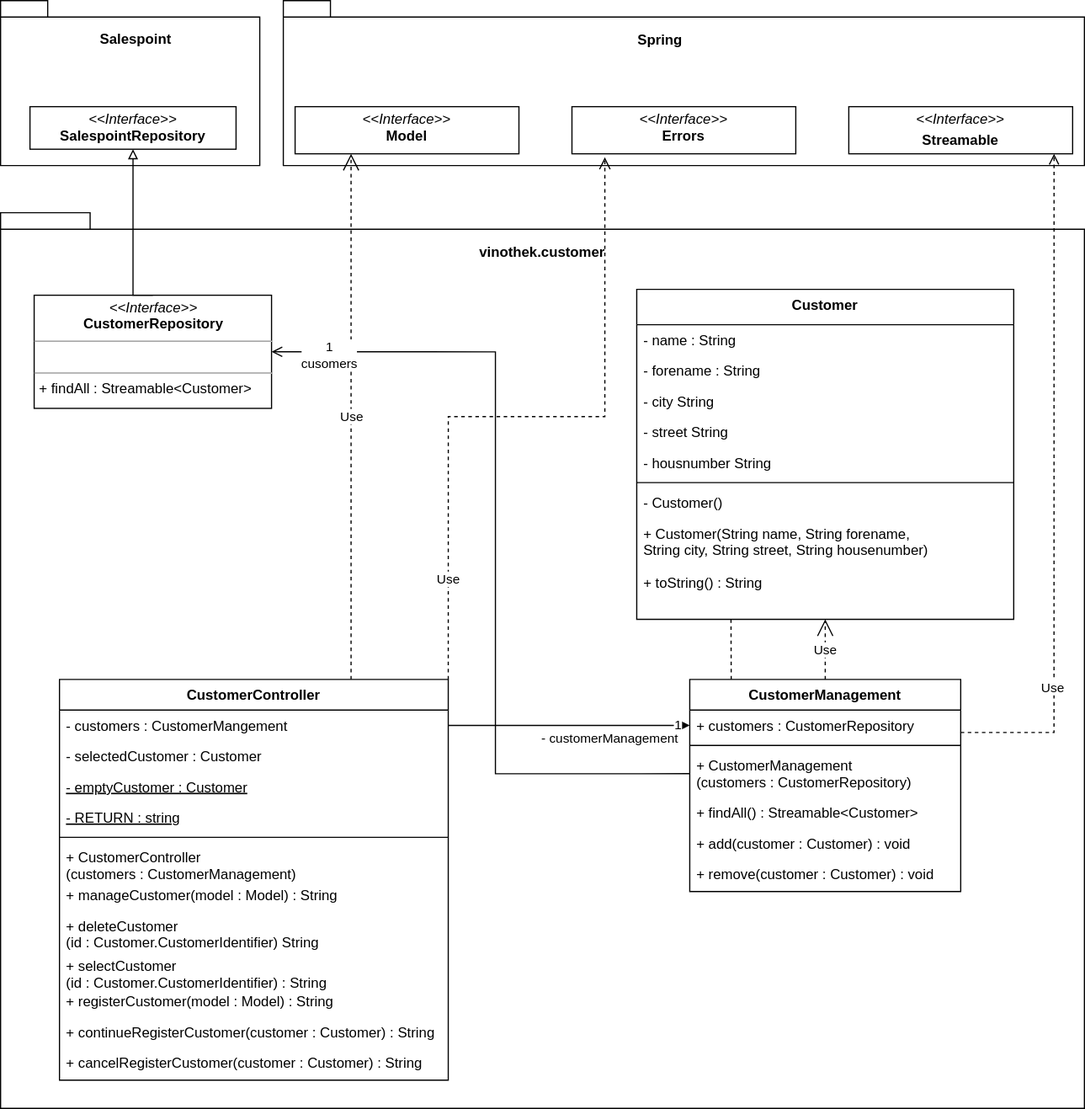
This is diagrams SWP/Klassendiagramm Customer.drawio.svg from StarSkiller/Diagrams, a draw.io export, as it was before one commit. Source tidied: cells renumbered, new cells last; positions are measured from the earlier drawing's top-left corner, leaving out a move shared by most shapes. Source of this version:
```xml
<mxGraphModel>
  <root>
    <mxCell id="0" />
    <mxCell id="1" parent="0" />
    <mxCell id="2" style="shape=folder;fontStyle=1;spacingTop=10;tabWidth=40;tabHeight=14;tabPosition=left;html=1;" parent="1" vertex="1">
      <mxGeometry x="240" width="680" height="140" as="geometry" />
    </mxCell>
    <mxCell id="3" style="shape=folder;fontStyle=1;spacingTop=10;tabWidth=40;tabHeight=14;tabPosition=left;html=1;" parent="1" vertex="1">
      <mxGeometry width="220" height="140" as="geometry" />
    </mxCell>
    <mxCell id="4" style="group;" parent="3" vertex="1">
      <mxGeometry x="10" y="10" width="210" height="130" as="geometry" />
    </mxCell>
    <mxCell id="5" style="group;" parent="4" vertex="1">
      <mxGeometry width="210" height="130" as="geometry" />
    </mxCell>
    <mxCell id="6" value="&lt;p style=&quot;margin:0px;margin-top:4px;text-align:center;&quot;&gt;&lt;i&gt;&amp;lt;&amp;lt;Interface&amp;gt;&amp;gt;&lt;/i&gt;&lt;br&gt;&lt;b&gt;SalespointRepository&lt;/b&gt;&lt;/p&gt;" style="verticalAlign=top;align=left;overflow=fill;fontSize=12;fontFamily=Helvetica;html=1;" parent="5" vertex="1">
      <mxGeometry x="14.9" y="80" width="174.9" height="36.1" as="geometry" />
    </mxCell>
    <mxCell id="7" value="Salespoint" style="text;align=center;fontStyle=1;verticalAlign=middle;spacingLeft=3;spacingRight=3;strokeColor=none;" parent="5" vertex="1">
      <mxGeometry x="90.3" y="19.6" width="29.3" height="4.4" as="geometry" />
    </mxCell>
    <mxCell id="8" style="group;" parent="1" vertex="1">
      <mxGeometry y="180" width="920" height="760" as="geometry" />
    </mxCell>
    <mxCell id="9" style="shape=folder;fontStyle=1;spacingTop=10;tabWidth=40;tabHeight=14;tabPosition=left;html=1;" parent="8" vertex="1">
      <mxGeometry width="920" height="760" as="geometry" />
    </mxCell>
    <mxCell id="10" value="vinothek.customer" style="text;align=center;fontStyle=1;verticalAlign=middle;spacingLeft=3;spacingRight=3;strokeColor=none;" parent="8" vertex="1">
      <mxGeometry x="423.9" y="20" width="72.2" height="26" as="geometry" />
    </mxCell>
    <mxCell id="11" value="&lt;p style=&quot;margin:0px;margin-top:4px;text-align:center;&quot;&gt;&lt;i&gt;&amp;lt;&amp;lt;Interface&amp;gt;&amp;gt;&lt;/i&gt;&lt;br&gt;&lt;b&gt;CustomerRepository&lt;/b&gt;&lt;/p&gt;&lt;hr size=&quot;1&quot;&gt;&lt;p style=&quot;margin:0px;margin-left:4px;&quot;&gt;&lt;br&gt;&lt;/p&gt;&lt;hr size=&quot;1&quot;&gt;&lt;p style=&quot;margin:0px;margin-left:4px;&quot;&gt;+ findAll : Streamable&amp;lt;Customer&amp;gt;&lt;br&gt;&lt;/p&gt;" style="verticalAlign=top;align=left;overflow=fill;fontSize=12;fontFamily=Helvetica;html=1;" parent="8" vertex="1">
      <mxGeometry x="28.5" y="70" width="201.5" height="96" as="geometry" />
    </mxCell>
    <mxCell id="12" value="CustomerController" style="swimlane;fontStyle=1;align=center;verticalAlign=top;horizontal=1;startSize=26;rounded=0;shadow=0;strokeWidth=1;" parent="8" vertex="1">
      <mxGeometry x="50" y="396" width="330" height="340" as="geometry" />
    </mxCell>
    <mxCell id="13" value="- customers : CustomerMangement" style="text;align=left;verticalAlign=top;spacingLeft=4;spacingRight=4;overflow=hidden;points=[[0,0.5],[1,0.5]];portConstraint=eastwest;" parent="12" vertex="1">
      <mxGeometry y="26" width="330" height="26" as="geometry" />
    </mxCell>
    <mxCell id="14" value="- selectedCustomer : Customer" style="text;align=left;verticalAlign=top;spacingLeft=4;spacingRight=4;overflow=hidden;rounded=0;shadow=0;html=0;" parent="12" vertex="1">
      <mxGeometry y="52" width="330" height="26" as="geometry" />
    </mxCell>
    <mxCell id="15" value="- emptyCustomer : Customer" style="text;align=left;verticalAlign=top;spacingLeft=4;spacingRight=4;overflow=hidden;rounded=0;shadow=0;html=0;fontStyle=4;" parent="12" vertex="1">
      <mxGeometry y="78" width="330" height="26" as="geometry" />
    </mxCell>
    <mxCell id="16" value="- RETURN : string" style="text;align=left;verticalAlign=top;spacingLeft=4;spacingRight=4;overflow=hidden;rounded=0;shadow=0;html=0;fontStyle=4;" parent="12" vertex="1">
      <mxGeometry y="104" width="330" height="26" as="geometry" />
    </mxCell>
    <mxCell id="17" style="line;html=1;strokeWidth=1;align=left;verticalAlign=middle;spacingTop=-1;spacingLeft=3;spacingRight=3;labelPosition=right;" parent="12" vertex="1">
      <mxGeometry y="130" width="330" height="8" as="geometry" />
    </mxCell>
    <mxCell id="18" value="+ CustomerController&#10;(customers : CustomerManagement)" style="text;align=left;verticalAlign=top;spacingLeft=4;spacingRight=4;overflow=hidden;fontStyle=0;" parent="12" vertex="1">
      <mxGeometry y="138" width="330" height="32" as="geometry" />
    </mxCell>
    <mxCell id="19" value="+ manageCustomer(model : Model) : String" style="text;align=left;verticalAlign=top;spacingLeft=4;spacingRight=4;overflow=hidden;" parent="12" vertex="1">
      <mxGeometry y="170" width="330" height="26" as="geometry" />
    </mxCell>
    <mxCell id="20" value="+ deleteCustomer&#10;(id : Customer.CustomerIdentifier) String" style="text;align=left;verticalAlign=top;spacingLeft=4;spacingRight=4;overflow=hidden;" parent="12" vertex="1">
      <mxGeometry y="196" width="330" height="34" as="geometry" />
    </mxCell>
    <mxCell id="21" value="+ selectCustomer&#10;(id : Customer.CustomerIdentifier) : String" style="text;align=left;verticalAlign=top;spacingLeft=4;spacingRight=4;overflow=hidden;rounded=0;shadow=0;html=0;" parent="12" vertex="1">
      <mxGeometry y="230" width="330" height="30" as="geometry" />
    </mxCell>
    <mxCell id="22" value="+ registerCustomer(model : Model) : String" style="text;align=left;verticalAlign=top;spacingLeft=4;spacingRight=4;overflow=hidden;rounded=0;shadow=0;html=0;" parent="12" vertex="1">
      <mxGeometry y="260" width="330" height="26" as="geometry" />
    </mxCell>
    <mxCell id="23" value="+ continueRegisterCustomer(customer : Customer) : String" style="text;align=left;verticalAlign=top;spacingLeft=4;spacingRight=4;overflow=hidden;rounded=0;shadow=0;html=0;" parent="12" vertex="1">
      <mxGeometry y="286" width="330" height="26" as="geometry" />
    </mxCell>
    <mxCell id="24" value="+ cancelRegisterCustomer(customer : Customer) : String" style="text;align=left;verticalAlign=top;spacingLeft=4;spacingRight=4;overflow=hidden;rounded=0;shadow=0;html=0;" parent="12" vertex="1">
      <mxGeometry y="312" width="330" height="26" as="geometry" />
    </mxCell>
    <mxCell id="25" value="Customer" style="swimlane;fontStyle=1;align=center;verticalAlign=top;horizontal=1;startSize=30;rounded=0;shadow=0;strokeWidth=1;" parent="1" vertex="1">
      <mxGeometry x="540" y="245" width="320" height="280" as="geometry" />
    </mxCell>
    <mxCell id="26" value="- name : String" style="text;align=left;verticalAlign=top;spacingLeft=4;spacingRight=4;overflow=hidden;" parent="25" vertex="1">
      <mxGeometry y="30" width="320" height="26" as="geometry" />
    </mxCell>
    <mxCell id="27" value="- forename : String" style="text;align=left;verticalAlign=top;spacingLeft=4;spacingRight=4;overflow=hidden;rounded=0;shadow=0;html=0;" parent="25" vertex="1">
      <mxGeometry y="56" width="320" height="26" as="geometry" />
    </mxCell>
    <mxCell id="28" value="- city String" style="text;align=left;verticalAlign=top;spacingLeft=4;spacingRight=4;overflow=hidden;rounded=0;shadow=0;html=0;" parent="25" vertex="1">
      <mxGeometry y="82" width="320" height="26" as="geometry" />
    </mxCell>
    <mxCell id="29" value="- street String" style="text;align=left;verticalAlign=top;spacingLeft=4;spacingRight=4;overflow=hidden;rounded=0;shadow=0;html=0;" parent="25" vertex="1">
      <mxGeometry y="108" width="320" height="26" as="geometry" />
    </mxCell>
    <mxCell id="30" value="- housnumber String" style="text;align=left;verticalAlign=top;spacingLeft=4;spacingRight=4;overflow=hidden;rounded=0;shadow=0;html=0;" parent="25" vertex="1">
      <mxGeometry y="134" width="320" height="26" as="geometry" />
    </mxCell>
    <mxCell id="31" style="line;html=1;strokeWidth=1;align=left;verticalAlign=middle;spacingTop=-1;spacingLeft=3;spacingRight=3;labelPosition=right;" parent="25" vertex="1">
      <mxGeometry y="160" width="320" height="8" as="geometry" />
    </mxCell>
    <mxCell id="32" value="- Customer()" style="text;align=left;verticalAlign=top;spacingLeft=4;spacingRight=4;overflow=hidden;rounded=0;shadow=0;html=0;" parent="25" vertex="1">
      <mxGeometry y="168" width="320" height="26" as="geometry" />
    </mxCell>
    <mxCell id="33" value="+ Customer(String name, String forename, &#10;String city, String street, String housenumber)" style="text;align=left;verticalAlign=top;spacingLeft=4;spacingRight=4;overflow=hidden;" parent="25" vertex="1">
      <mxGeometry y="194" width="320" height="42" as="geometry" />
    </mxCell>
    <mxCell id="34" value="+ toString() : String" style="text;align=left;verticalAlign=top;spacingLeft=4;spacingRight=4;overflow=hidden;rounded=0;shadow=0;html=0;" parent="25" vertex="1">
      <mxGeometry y="236" width="320" height="26" as="geometry" />
    </mxCell>
    <mxCell id="35" value="CustomerManagement" style="swimlane;fontStyle=1;align=center;verticalAlign=top;horizontal=1;startSize=26;rounded=0;shadow=0;strokeWidth=1;" parent="1" vertex="1">
      <mxGeometry x="585" y="576" width="230" height="180" as="geometry" />
    </mxCell>
    <mxCell id="36" value="+ customers : CustomerRepository" style="text;align=left;verticalAlign=top;spacingLeft=4;spacingRight=4;overflow=hidden;points=[[0,0.5],[1,0.5]];portConstraint=eastwest;" parent="35" vertex="1">
      <mxGeometry y="26" width="230" height="26" as="geometry" />
    </mxCell>
    <mxCell id="37" style="line;html=1;strokeWidth=1;align=left;verticalAlign=middle;spacingTop=-1;spacingLeft=3;spacingRight=3;labelPosition=right;" parent="35" vertex="1">
      <mxGeometry y="52" width="230" height="8" as="geometry" />
    </mxCell>
    <mxCell id="38" value="+ CustomerManagement&#10;(customers : CustomerRepository)" style="text;align=left;verticalAlign=top;spacingLeft=4;spacingRight=4;overflow=hidden;points=[[0,0.5],[1,0.5]];portConstraint=eastwest;" parent="35" vertex="1">
      <mxGeometry y="60" width="230" height="40" as="geometry" />
    </mxCell>
    <mxCell id="39" value="+ findAll() : Streamable&lt;Customer&gt;" style="text;align=left;verticalAlign=top;spacingLeft=4;spacingRight=4;overflow=hidden;" parent="35" vertex="1">
      <mxGeometry y="100" width="230" height="26" as="geometry" />
    </mxCell>
    <mxCell id="40" value="+ add(customer : Customer) : void" style="text;align=left;verticalAlign=top;spacingLeft=4;spacingRight=4;overflow=hidden;" parent="35" vertex="1">
      <mxGeometry y="126" width="230" height="26" as="geometry" />
    </mxCell>
    <mxCell id="41" value="+ remove(customer : Customer) : void" style="text;align=left;verticalAlign=top;spacingLeft=4;spacingRight=4;overflow=hidden;" parent="35" vertex="1">
      <mxGeometry y="152" width="230" height="26" as="geometry" />
    </mxCell>
    <mxCell id="42" style="edgeStyle=orthogonalEdgeStyle;rounded=0;jettySize=auto;html=1;exitX=1;exitY=0.5;exitDx=0;exitDy=0;entryX=0;entryY=0.5;entryDx=0;entryDy=0;" parent="1" edge="1" source="13" target="36">
      <mxGeometry relative="1" as="geometry" />
    </mxCell>
    <mxCell id="43" value="1" style="edgeLabel;html=1;align=center;verticalAlign=middle;" parent="42" vertex="1">
      <mxGeometry x="-0.24" relative="1" as="geometry">
        <mxPoint x="117" as="offset" />
      </mxGeometry>
    </mxCell>
    <mxCell id="44" value="- customerManagement" style="edgeLabel;html=1;align=center;verticalAlign=middle;" parent="42" vertex="1">
      <mxGeometry x="0.67" y="2" relative="1" as="geometry">
        <mxPoint x="-34" y="13" as="offset" />
      </mxGeometry>
    </mxCell>
    <mxCell id="45" value="Use" style="endArrow=open;endSize=12;dashed=1;html=1;rounded=0;entryX=0.5;entryY=1;entryDx=0;entryDy=0;exitX=0.5;exitY=0;exitDx=0;exitDy=0;" parent="1" edge="1" source="35" target="25">
      <mxGeometry relative="1" as="geometry" />
    </mxCell>
    <mxCell id="46" value="Spring" style="text;align=center;fontStyle=1;verticalAlign=middle;spacingLeft=3;spacingRight=3;strokeColor=none;" parent="1" vertex="1">
      <mxGeometry x="520" y="20" width="80" height="26" as="geometry" />
    </mxCell>
    <mxCell id="47" style="edgeStyle=orthogonalEdgeStyle;rounded=0;jettySize=auto;html=1;exitX=0.5;exitY=0;exitDx=0;exitDy=0;entryX=0.5;entryY=1;entryDx=0;entryDy=0;endArrow=block;endFill=0;" parent="1" edge="1" source="11" target="6">
      <mxGeometry relative="1" as="geometry">
        <Array as="points">
          <mxPoint x="112" y="250" />
        </Array>
      </mxGeometry>
    </mxCell>
    <mxCell id="48" style="endArrow=none;dashed=1;endFill=0;endSize=12;html=1;rounded=0;exitX=0.153;exitY=0;exitDx=0;exitDy=0;entryX=0.25;entryY=1;entryDx=0;entryDy=0;exitPerimeter=0;" parent="1" edge="1" source="35" target="25">
      <mxGeometry relative="1" as="geometry" />
    </mxCell>
    <mxCell id="49" value="&lt;p style=&quot;margin:0px;margin-top:4px;text-align:center;&quot;&gt;&lt;i&gt;&amp;lt;&amp;lt;Interface&amp;gt;&amp;gt;&lt;/i&gt;&lt;br&gt;&lt;b&gt;Model&lt;/b&gt;&lt;/p&gt;&lt;p style=&quot;margin:0px;margin-left:4px;&quot;&gt;&lt;br&gt;&lt;/p&gt;" style="verticalAlign=top;align=left;overflow=fill;fontSize=12;fontFamily=Helvetica;html=1;" parent="1" vertex="1">
      <mxGeometry x="250" y="90" width="190" height="40" as="geometry" />
    </mxCell>
    <mxCell id="50" value="&lt;p style=&quot;margin:0px;margin-top:4px;text-align:center;&quot;&gt;&lt;i&gt;&amp;lt;&amp;lt;Interface&amp;gt;&amp;gt;&lt;/i&gt;&lt;br&gt;&lt;b&gt;Errors&lt;/b&gt;&lt;/p&gt;&lt;p style=&quot;margin:0px;margin-left:4px;&quot;&gt;&lt;br&gt;&lt;/p&gt;" style="verticalAlign=top;align=left;overflow=fill;fontSize=12;fontFamily=Helvetica;html=1;" parent="1" vertex="1">
      <mxGeometry x="485" y="90" width="190" height="40" as="geometry" />
    </mxCell>
    <mxCell id="51" value="&lt;p style=&quot;margin:0px;margin-top:4px;text-align:center;&quot;&gt;&lt;i&gt;&amp;lt;&amp;lt;Interface&amp;gt;&amp;gt;&lt;/i&gt;&lt;/p&gt;&lt;p style=&quot;margin:0px;margin-top:4px;text-align:center;&quot;&gt;&lt;b&gt;Streamable&lt;/b&gt;&lt;br&gt;&lt;/p&gt;" style="verticalAlign=top;align=left;overflow=fill;fontSize=12;fontFamily=Helvetica;html=1;" parent="1" vertex="1">
      <mxGeometry x="720" y="90" width="190" height="40" as="geometry" />
    </mxCell>
    <mxCell id="52" style="edgeStyle=orthogonalEdgeStyle;rounded=0;jettySize=auto;html=1;exitX=1;exitY=0.25;exitDx=0;exitDy=0;entryX=0.917;entryY=1;entryDx=0;entryDy=0;entryPerimeter=0;endArrow=open;endFill=0;endSize=7;dashed=1;" parent="1" edge="1" source="35" target="51">
      <mxGeometry relative="1" as="geometry" />
    </mxCell>
    <mxCell id="53" value="Use" style="edgeLabel;html=1;align=center;verticalAlign=middle;" parent="52" vertex="1">
      <mxGeometry x="-0.59" y="2" relative="1" as="geometry" />
    </mxCell>
    <mxCell id="54" value="Use" style="endArrow=open;endSize=12;dashed=1;html=1;rounded=0;exitX=0.75;exitY=0;exitDx=0;exitDy=0;entryX=0.25;entryY=1;entryDx=0;entryDy=0;" parent="1" edge="1" source="12" target="49">
      <mxGeometry relative="1" as="geometry" />
    </mxCell>
    <mxCell id="55" style="edgeStyle=orthogonalEdgeStyle;rounded=0;jettySize=auto;html=1;exitX=0;exitY=0.5;exitDx=0;exitDy=0;entryX=1;entryY=0.5;entryDx=0;entryDy=0;endArrow=open;endFill=0;endSize=7;" parent="1" edge="1" source="38" target="11">
      <mxGeometry relative="1" as="geometry">
        <Array as="points">
          <mxPoint x="420" y="656" />
          <mxPoint x="420" y="298" />
        </Array>
      </mxGeometry>
    </mxCell>
    <mxCell id="56" value="1&lt;br&gt;cusomers" style="edgeLabel;html=1;align=center;verticalAlign=middle;" parent="55" vertex="1">
      <mxGeometry x="0.92" y="1" relative="1" as="geometry">
        <mxPoint x="22" y="2" as="offset" />
      </mxGeometry>
    </mxCell>
    <mxCell id="57" style="edgeStyle=orthogonalEdgeStyle;rounded=0;jettySize=auto;html=1;exitX=1;exitY=0;exitDx=0;exitDy=0;entryX=0.147;entryY=1.074;entryDx=0;entryDy=0;entryPerimeter=0;endArrow=open;endFill=0;endSize=8;dashed=1;" parent="1" edge="1" source="12" target="50">
      <mxGeometry relative="1" as="geometry" />
    </mxCell>
    <mxCell id="58" value="Use" style="edgeLabel;html=1;align=center;verticalAlign=middle;" parent="57" vertex="1">
      <mxGeometry x="-0.7" relative="1" as="geometry" />
    </mxCell>
  </root>
</mxGraphModel>
```
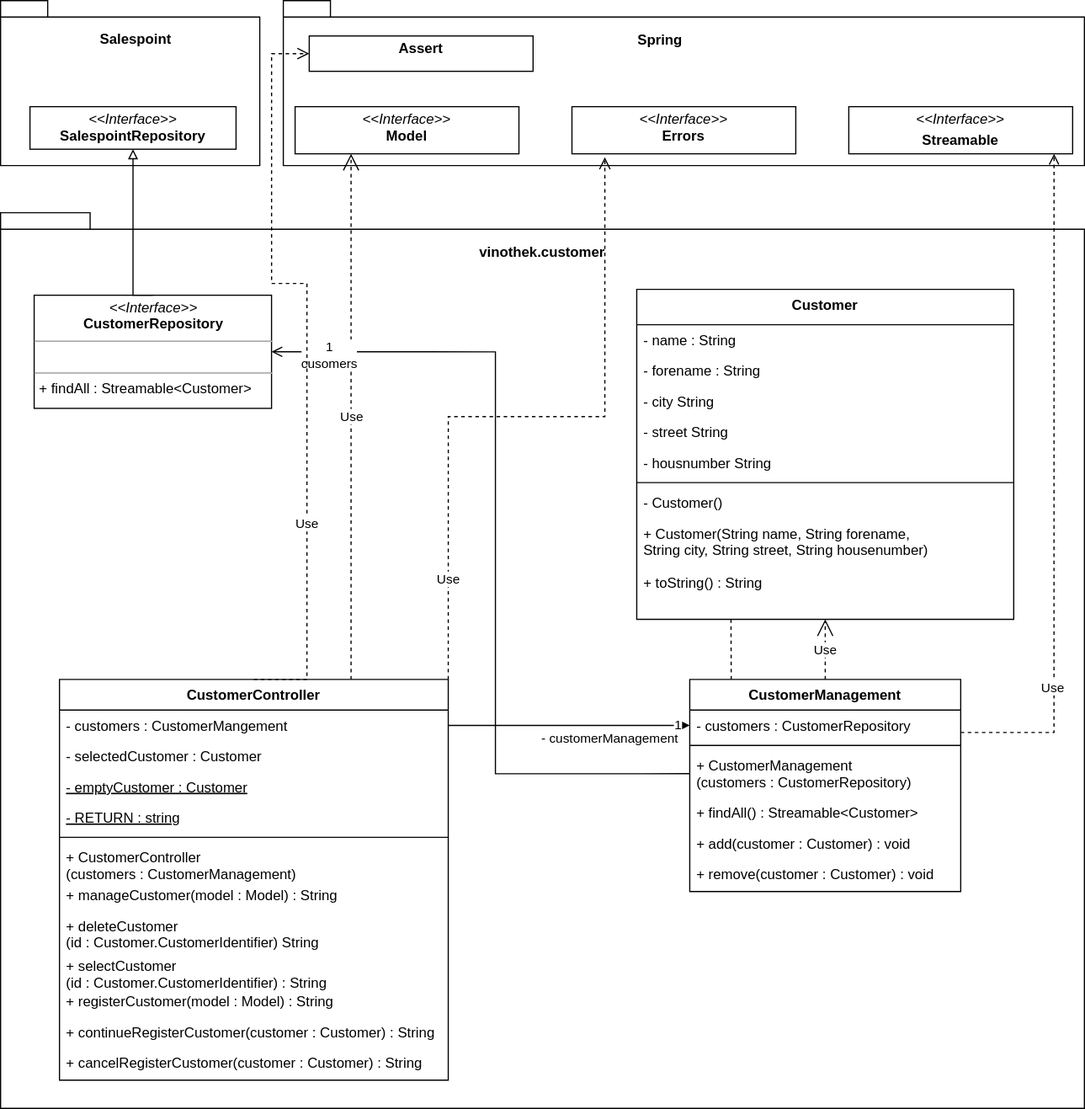
The same diagram one commit later.

Change to the diagram source:
```diff
@@ -104,7 +104,7 @@
     <mxCell id="35" value="CustomerManagement" style="swimlane;fontStyle=1;align=center;verticalAlign=top;horizontal=1;startSize=26;rounded=0;shadow=0;strokeWidth=1;" parent="1" vertex="1">
       <mxGeometry x="585" y="576" width="230" height="180" as="geometry" />
     </mxCell>
-    <mxCell id="36" value="+ customers : CustomerRepository" style="text;align=left;verticalAlign=top;spacingLeft=4;spacingRight=4;overflow=hidden;points=[[0,0.5],[1,0.5]];portConstraint=eastwest;" parent="35" vertex="1">
+    <mxCell id="36" value="- customers : CustomerRepository" style="text;align=left;verticalAlign=top;spacingLeft=4;spacingRight=4;overflow=hidden;points=[[0,0.5],[1,0.5]];portConstraint=eastwest;" parent="35" vertex="1">
       <mxGeometry y="26" width="230" height="26" as="geometry" />
     </mxCell>
     <mxCell id="37" style="line;html=1;strokeWidth=1;align=left;verticalAlign=middle;spacingTop=-1;spacingLeft=3;spacingRight=3;labelPosition=right;" parent="35" vertex="1">
@@ -188,5 +188,21 @@
     <mxCell id="58" value="Use" style="edgeLabel;html=1;align=center;verticalAlign=middle;" parent="57" vertex="1">
       <mxGeometry x="-0.7" relative="1" as="geometry" />
     </mxCell>
+    <mxCell id="59" value="&lt;p style=&quot;margin:0px;margin-top:4px;text-align:center;&quot;&gt;&lt;b&gt;Assert&lt;/b&gt;&lt;/p&gt;" style="verticalAlign=top;align=left;overflow=fill;fontSize=12;fontFamily=Helvetica;html=1;" parent="1" vertex="1">
+      <mxGeometry x="262" y="30" width="190" height="30" as="geometry" />
+    </mxCell>
+    <mxCell id="60" style="edgeStyle=orthogonalEdgeStyle;rounded=0;jettySize=auto;html=1;exitX=0.5;exitY=0;exitDx=0;exitDy=0;entryX=0;entryY=0.5;entryDx=0;entryDy=0;dashed=1;endArrow=open;endFill=0;endSize=8;" parent="1" edge="1" source="12" target="59">
+      <mxGeometry relative="1" as="geometry">
+        <Array as="points">
+          <mxPoint x="260" y="576" />
+          <mxPoint x="260" y="240" />
+          <mxPoint x="230" y="240" />
+          <mxPoint x="230" y="45" />
+        </Array>
+      </mxGeometry>
+    </mxCell>
+    <mxCell id="61" value="Use" style="edgeLabel;html=1;align=center;verticalAlign=middle;" parent="60" vertex="1">
+      <mxGeometry x="-0.44" relative="1" as="geometry" />
+    </mxCell>
   </root>
 </mxGraphModel>
```
